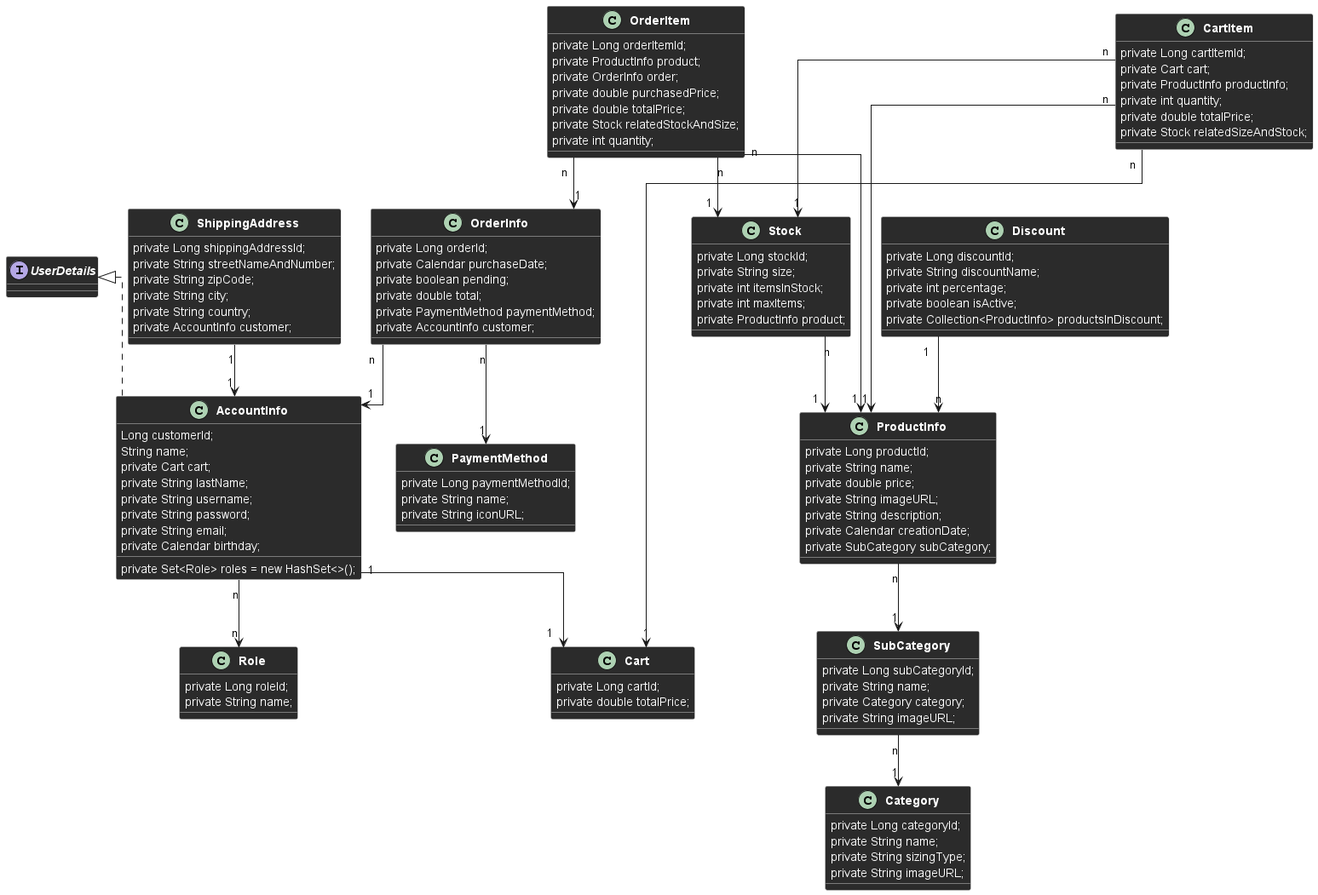
Earlier version of the PlantUML export spring-boot-backend/ClassDiagram.png (FuryoDev/Fitness-Store).
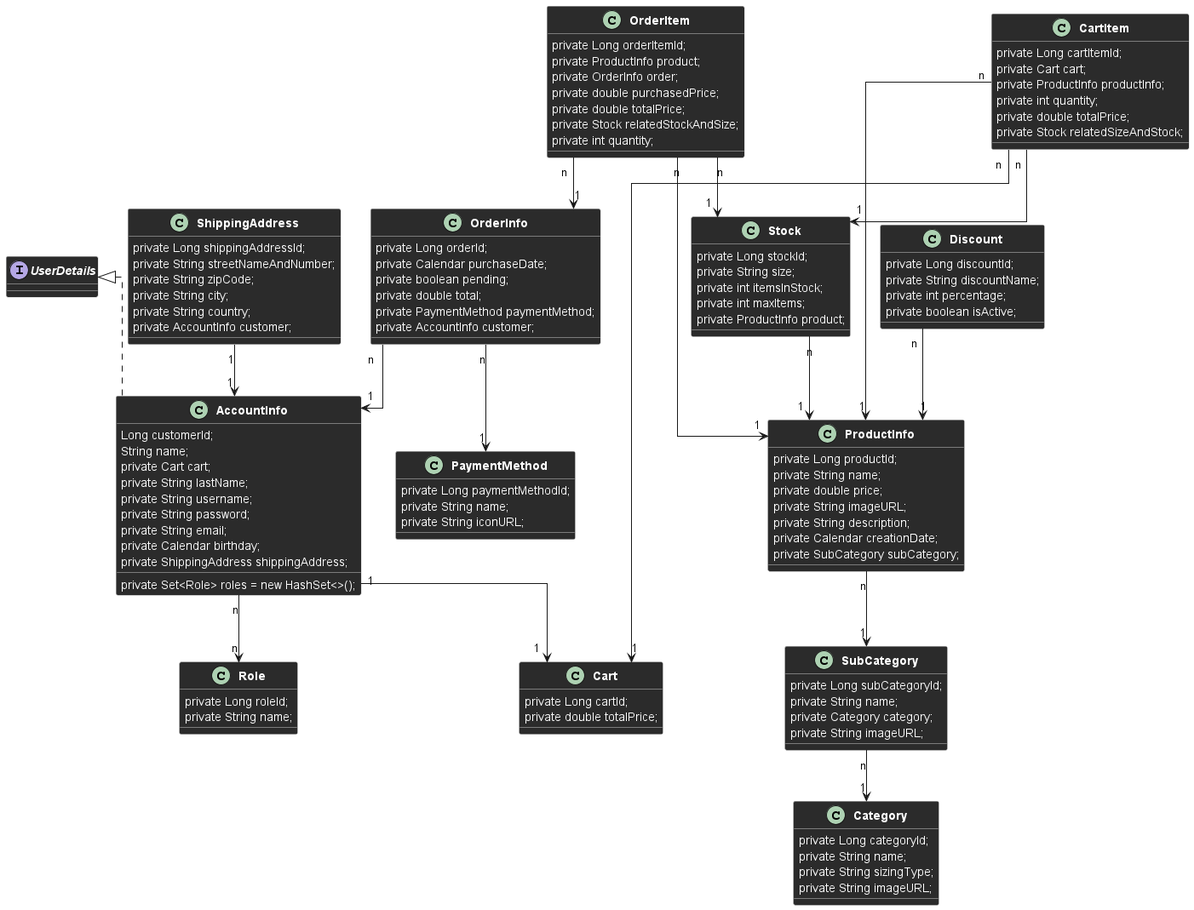
Later version of the same file.

Change to the diagram source:
```diff
@@ -10,6 +10,7 @@
     private String email;
     private Calendar birthday;
     private Set<Role> roles = new HashSet<>();
+    private ShippingAddress shippingAddress;
 }
 
 
@@ -18,7 +19,6 @@
     private String discountName;
     private int percentage;
     private boolean isActive;
-    private Collection<ProductInfo> productsInDiscount;
 }
 
 class ShippingAddress {
@@ -113,7 +113,7 @@
 AccountInfo "1" --> "1" Cart
 AccountInfo "n" --> "n" Role
 
-Discount "1" --> "n" ProductInfo
+Discount "n" --> "1" ProductInfo
 
 ProductInfo "n" --> "1" SubCategory
 Stock "n" --> "1" ProductInfo
```
